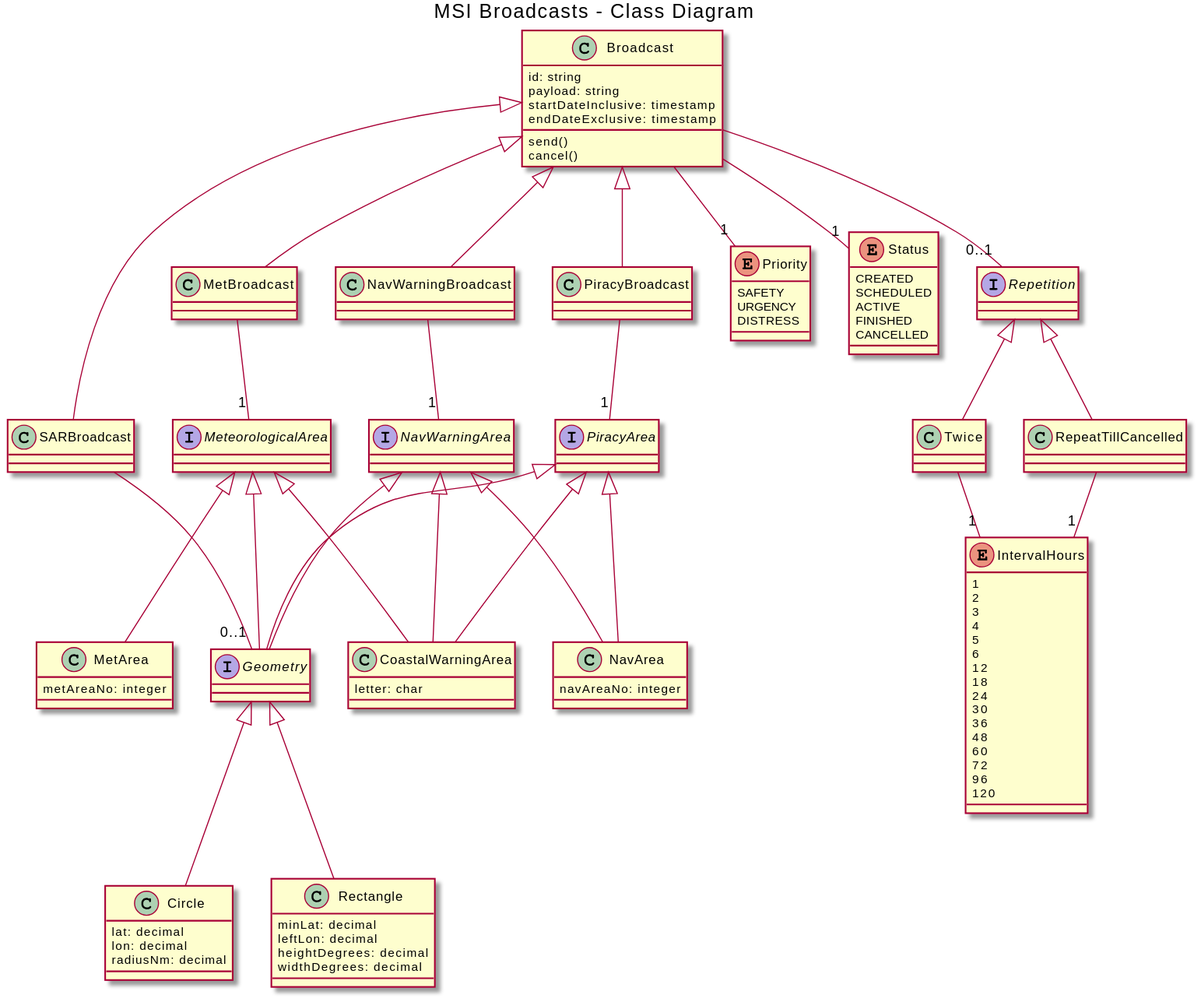
The PlantUML diagram c-code-class-diagram.svg in amsa-code/egc-api, before a commit.
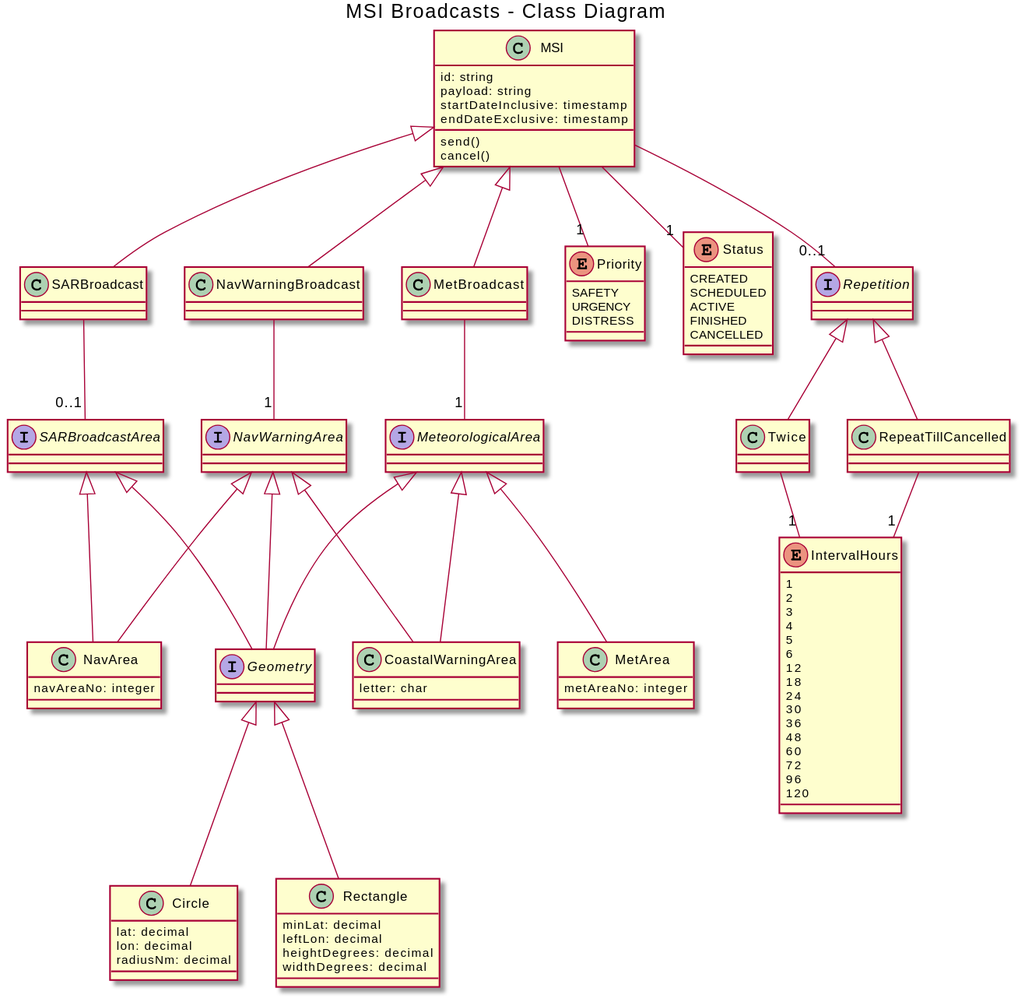
Above is the later version.

Change to the diagram source:
```diff
@@ -1,7 +1,7 @@
 @startuml
 title MSI Broadcasts - Class Diagram
 
-class Broadcast {
+class MSI {
   id: string
   payload: string
   startDateInclusive: timestamp
@@ -12,7 +12,7 @@
 class SARBroadcast
 class MetBroadcast
 class NavWarningBroadcast
-class PiracyBroadcast
+
 enum Priority {
   SAFETY
   URGENCY
@@ -48,7 +48,7 @@
 class Twice
 class RepeatTillCancelled
 
-Broadcast -- "0..1" Repetition
+MSI -- "0..1" Repetition
 Repetition <|-- Twice
 Repetition <|-- RepeatTillCancelled
 Twice -- "1" IntervalHours
@@ -63,6 +63,9 @@
 class CoastalWarningArea {
   letter: char
 }
+
+interface SARBroadcastArea
+
 class Circle {
   lat: decimal
   lon: decimal
@@ -77,7 +80,6 @@
 interface Geometry
 interface NavWarningArea
 interface MeteorologicalArea
-interface PiracyArea
 
 Geometry <|-- Circle
 Geometry <|-- Rectangle
@@ -90,20 +92,17 @@
 MeteorologicalArea <|-- CoastalWarningArea
 MeteorologicalArea <|-- MetArea
 
-PiracyArea <|-- Geometry
-PiracyArea <|-- CoastalWarningArea
-PiracyArea <|-- NavArea
+SARBroadcastArea <|-- Geometry
+SARBroadcastArea <|-- NavArea
 
-Broadcast <|-- SARBroadcast
-Broadcast <|-- MetBroadcast
-Broadcast <|-- PiracyBroadcast
-Broadcast <|-- NavWarningBroadcast
+MSI <|-- SARBroadcast
+MSI <|-- MetBroadcast
+MSI <|-- NavWarningBroadcast
 
-SARBroadcast  -- "0..1" Geometry
+SARBroadcast  -- "0..1" SARBroadcastArea
 MetBroadcast  -- "1" MeteorologicalArea
 NavWarningBroadcast  -- "1" NavWarningArea
-PiracyBroadcast -- "1" PiracyArea
 
-Broadcast -- "1" Priority
-Broadcast -- "1" Status
+MSI -- "1" Priority
+MSI -- "1" Status
 @enduml
```
